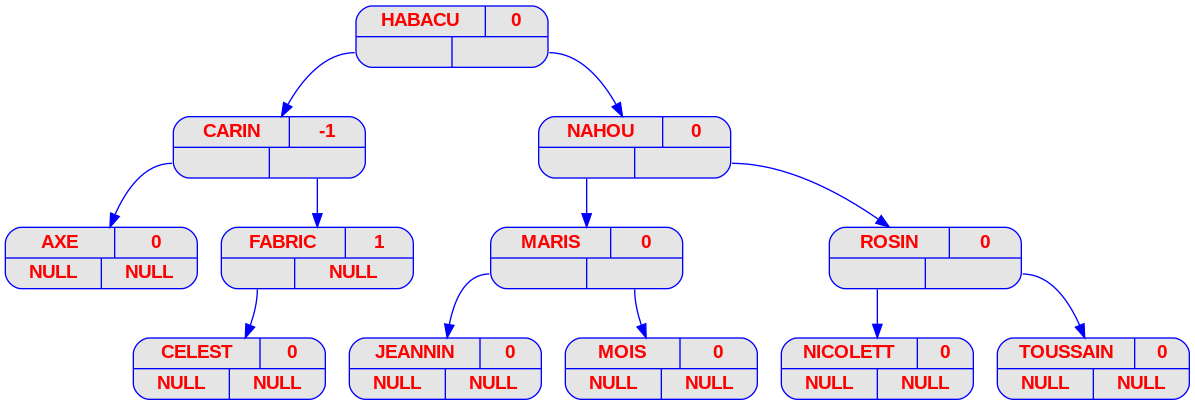
This is ex1/img/png/prenoms_v11.png from danilorodrigues128/FilRougeAAP, a Graphviz export, as it was before one commit. Its source is kept beside it as ex1/img/dot/prenoms_v11.dot.
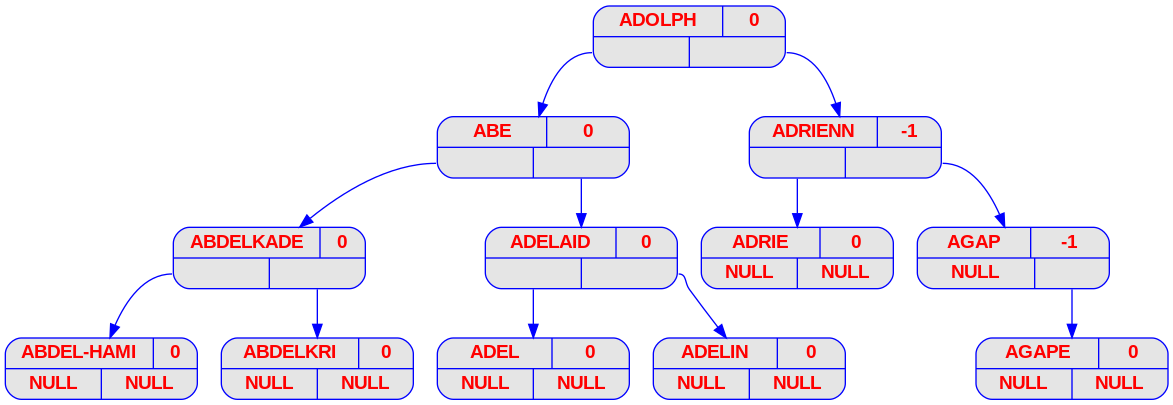
After the commit.

Change to the diagram source:
```diff
@@ -14,34 +14,34 @@
 		color     = "blue"
 	]
 
-	HABACU [label = "{{<c> HABACU | <b> 0} | { <g> | <d>}}"];
-	HABACU:g -> CARIN;
-	CARIN [label = "{{<c> CARIN | <b> -1} | { <g> | <d>}}"];
-	CARIN:g -> AXE;
-	AXE [label = "{{<c> AXE | <b> 0} | { <g> | <d>}}"];
-	AXE [label = "{{<c> AXE | <b> 0} | { <g> NULL | <d> NULL}}"];
-	CARIN:d -> FABRIC;
-	FABRIC [label = "{{<c> FABRIC | <b> 1} | { <g> | <d>}}"];
-	FABRIC [label = "{{<c> FABRIC | <b> 1} | { <g> | <d> NULL}}"];
-	FABRIC:g -> CELEST;
-	CELEST [label = "{{<c> CELEST | <b> 0} | { <g> | <d>}}"];
-	CELEST [label = "{{<c> CELEST | <b> 0} | { <g> NULL | <d> NULL}}"];
-	HABACU:d -> NAHOU;
-	NAHOU [label = "{{<c> NAHOU | <b> 0} | { <g> | <d>}}"];
-	NAHOU:g -> MARIS;
-	MARIS [label = "{{<c> MARIS | <b> 0} | { <g> | <d>}}"];
-	MARIS:g -> JEANNIN;
-	JEANNIN [label = "{{<c> JEANNIN | <b> 0} | { <g> | <d>}}"];
-	JEANNIN [label = "{{<c> JEANNIN | <b> 0} | { <g> NULL | <d> NULL}}"];
-	MARIS:d -> MOIS;
-	MOIS [label = "{{<c> MOIS | <b> 0} | { <g> | <d>}}"];
-	MOIS [label = "{{<c> MOIS | <b> 0} | { <g> NULL | <d> NULL}}"];
-	NAHOU:d -> ROSIN;
-	ROSIN [label = "{{<c> ROSIN | <b> 0} | { <g> | <d>}}"];
-	ROSIN:g -> NICOLETT;
-	NICOLETT [label = "{{<c> NICOLETT | <b> 0} | { <g> | <d>}}"];
-	NICOLETT [label = "{{<c> NICOLETT | <b> 0} | { <g> NULL | <d> NULL}}"];
-	ROSIN:d -> TOUSSAIN;
-	TOUSSAIN [label = "{{<c> TOUSSAIN | <b> 0} | { <g> | <d>}}"];
-	TOUSSAIN [label = "{{<c> TOUSSAIN | <b> 0} | { <g> NULL | <d> NULL}}"];
+	"ADOLPH" [label = "{{<c> ADOLPH | <b> 0} | { <g> | <d>}}"];
+	"ADOLPH":g -> "ABE";
+	"ABE" [label = "{{<c> ABE | <b> 0} | { <g> | <d>}}"];
+	"ABE":g -> "ABDELKADE";
+	"ABDELKADE" [label = "{{<c> ABDELKADE | <b> 0} | { <g> | <d>}}"];
+	"ABDELKADE":g -> "ABDEL-HAMI";
+	"ABDEL-HAMI" [label = "{{<c> ABDEL-HAMI | <b> 0} | { <g> | <d>}}"];
+	"ABDEL-HAMI" [label = "{{<c> ABDEL-HAMI | <b> 0} | { <g> NULL | <d> NULL}}"];
+	"ABDELKADE":d -> "ABDELKRI";
+	"ABDELKRI" [label = "{{<c> ABDELKRI | <b> 0} | { <g> | <d>}}"];
+	"ABDELKRI" [label = "{{<c> ABDELKRI | <b> 0} | { <g> NULL | <d> NULL}}"];
+	"ABE":d -> "ADELAID";
+	"ADELAID" [label = "{{<c> ADELAID | <b> 0} | { <g> | <d>}}"];
+	"ADELAID":g -> "ADEL";
+	"ADEL" [label = "{{<c> ADEL | <b> 0} | { <g> | <d>}}"];
+	"ADEL" [label = "{{<c> ADEL | <b> 0} | { <g> NULL | <d> NULL}}"];
+	"ADELAID":d -> "ADELIN";
+	"ADELIN" [label = "{{<c> ADELIN | <b> 0} | { <g> | <d>}}"];
+	"ADELIN" [label = "{{<c> ADELIN | <b> 0} | { <g> NULL | <d> NULL}}"];
+	"ADOLPH":d -> "ADRIENN";
+	"ADRIENN" [label = "{{<c> ADRIENN | <b> -1} | { <g> | <d>}}"];
+	"ADRIENN":g -> "ADRIE";
+	"ADRIE" [label = "{{<c> ADRIE | <b> 0} | { <g> | <d>}}"];
+	"ADRIE" [label = "{{<c> ADRIE | <b> 0} | { <g> NULL | <d> NULL}}"];
+	"ADRIENN":d -> "AGAP";
+	"AGAP" [label = "{{<c> AGAP | <b> -1} | { <g> | <d>}}"];
+	"AGAP" [label = "{{<c> AGAP | <b> -1} | { <g> NULL | <d> }}"];
+	"AGAP":d -> "AGAPE";
+	"AGAPE" [label = "{{<c> AGAPE | <b> 0} | { <g> | <d>}}"];
+	"AGAPE" [label = "{{<c> AGAPE | <b> 0} | { <g> NULL | <d> NULL}}"];
 }
```
